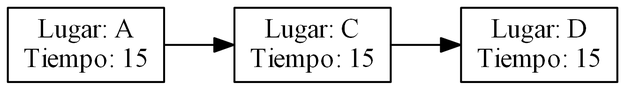
Earlier version of the Graphviz export [EDD]Proyecto_2/RutaCorta.png (SevenPok/Proyecto_2_EDD). Its source is kept beside it as [EDD]Proyecto_2/RutaCorta.dot.
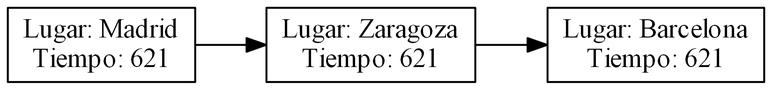
After the change.

Diff of the diagram source:
```diff
@@ -3,9 +3,9 @@
 graph [ dpi = 300 ];
 rankdir=LR size="8,5"
 	node [shape=record]
-A[label="Lugar: A\nTiempo: 15"]
-C[label="Lugar: C\nTiempo: 15"]
-D[label="Lugar: D\nTiempo: 15"]
-A->C->D
+Madrid[label="Lugar: Madrid\nTiempo: 621"]
+Zaragoza[label="Lugar: Zaragoza\nTiempo: 621"]
+Barcelona[label="Lugar: Barcelona\nTiempo: 621"]
+Madrid->Zaragoza->Barcelona
 
 }
```
